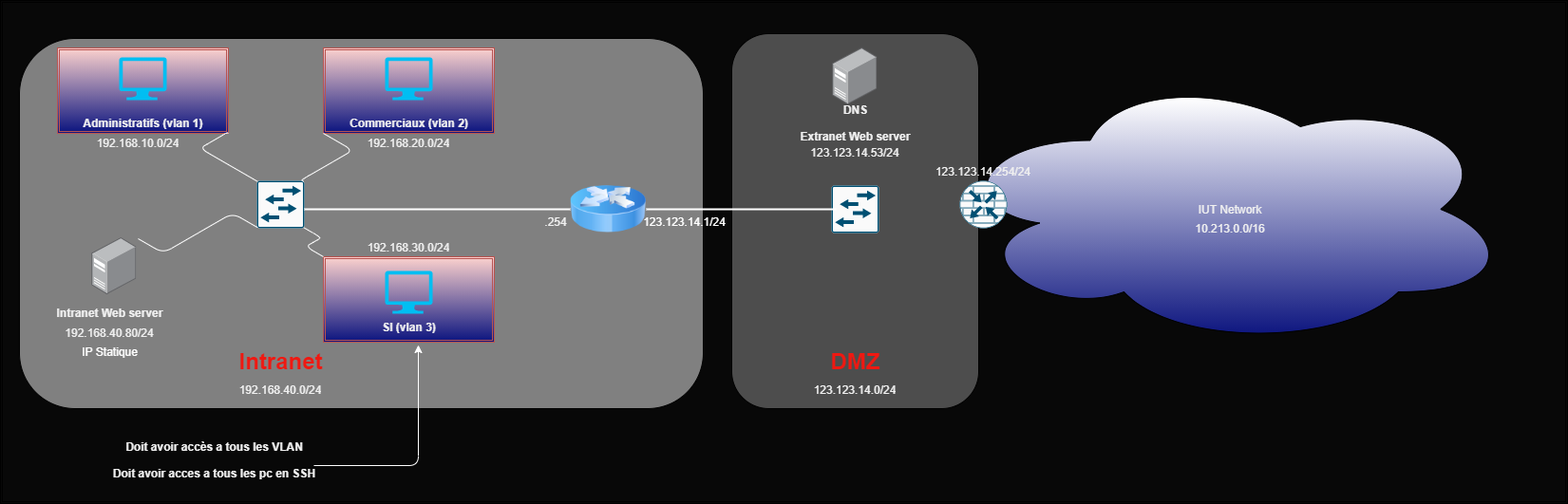
The draw.io diagram Schema_SAE21.png in PaulBerra/SAE21, before a commit. Source tidied: cells renumbered, new cells last; positions are measured from the earlier drawing's top-left corner, leaving out a move shared by most shapes.
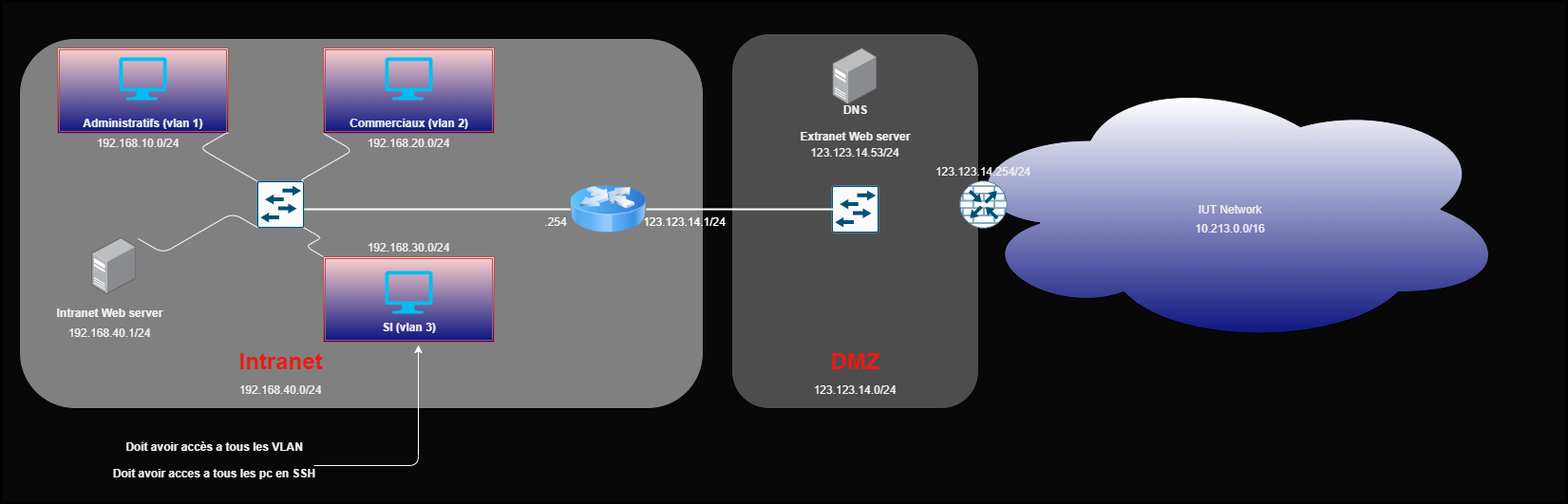
Later version of the same file.

Diff of the diagram source:
```diff
@@ -130,7 +130,7 @@
         <mxGeometry x="530" y="222.5" width="110" height="20" as="geometry" />
       </mxCell>
     </object>
-    <object id="38" label="192.168.40.80/24" name="Variable" placeholders="1">
+    <object id="38" label="192.168.40.1/24" name="Variable" placeholders="1">
       <mxCell style="text;html=1;strokeColor=none;fillColor=none;align=center;verticalAlign=middle;whiteSpace=wrap;overflow=hidden;fontSize=12;fontColor=#F0F0F0;" parent="1" vertex="1">
         <mxGeometry x="60" y="340" width="110" height="20" as="geometry" />
       </mxCell>
@@ -155,9 +155,6 @@
         <mxGeometry x="1240" y="230" width="110" height="20" as="geometry" />
       </mxCell>
     </object>
-    <mxCell id="43" value="IP Statique" style="text;html=1;align=center;verticalAlign=middle;rounded=0;fontColor=#FFFFFF;" parent="1" vertex="1">
-      <mxGeometry x="80" y="360" width="70" height="20" as="geometry" />
-    </mxCell>
     <mxCell id="44" value="123.123.14.1/24" style="text;html=1;align=center;verticalAlign=middle;fillColor=none;strokeColor=none;rounded=0;fontColor=#FFFFFF;" parent="1" vertex="1">
       <mxGeometry x="670" y="222.5" width="100" height="20" as="geometry" />
     </mxCell>
```
